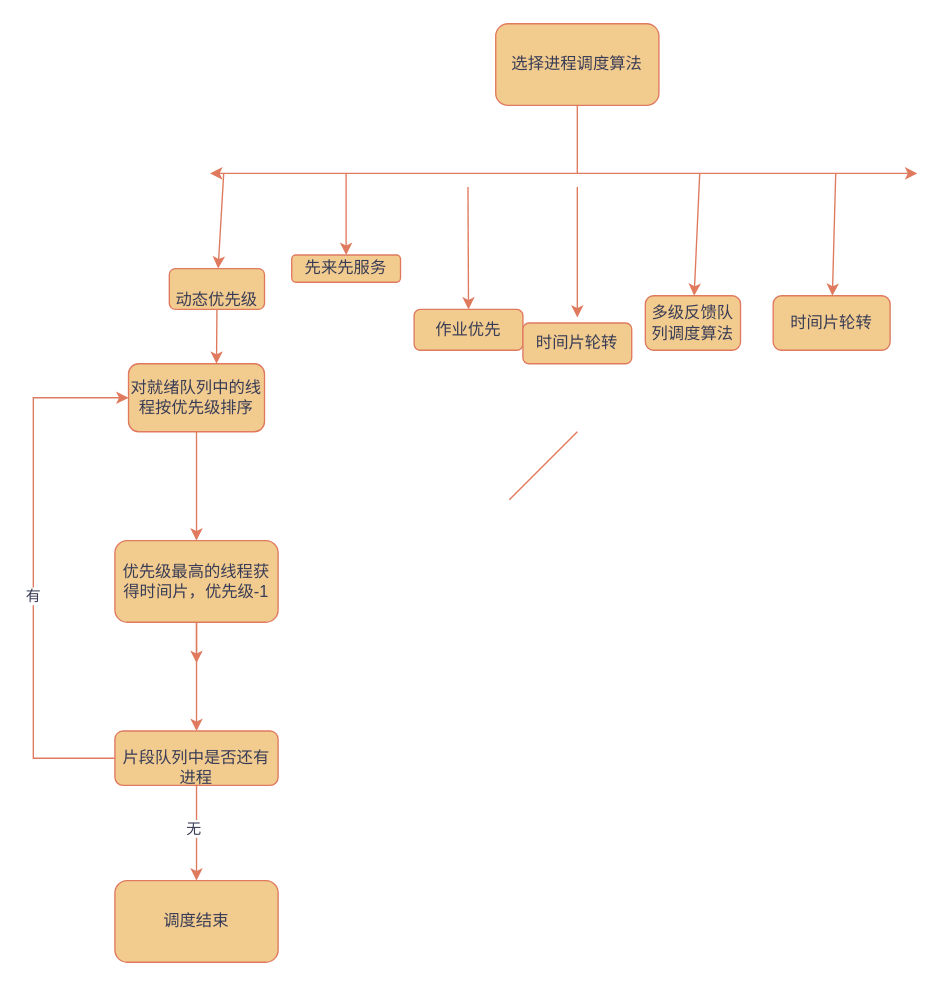
Above: draw.io/未命名绘图.drawio in Nessential/draw.io (draw.io), before the change. Source tidied: cells renumbered, new cells numbered last; positions are measured from the earlier drawing's top-left corner, leaving out a move shared by most shapes. Both pictures are drawn from the tidied source at 136%, with x=0, y=0 at pixel (33, 23).
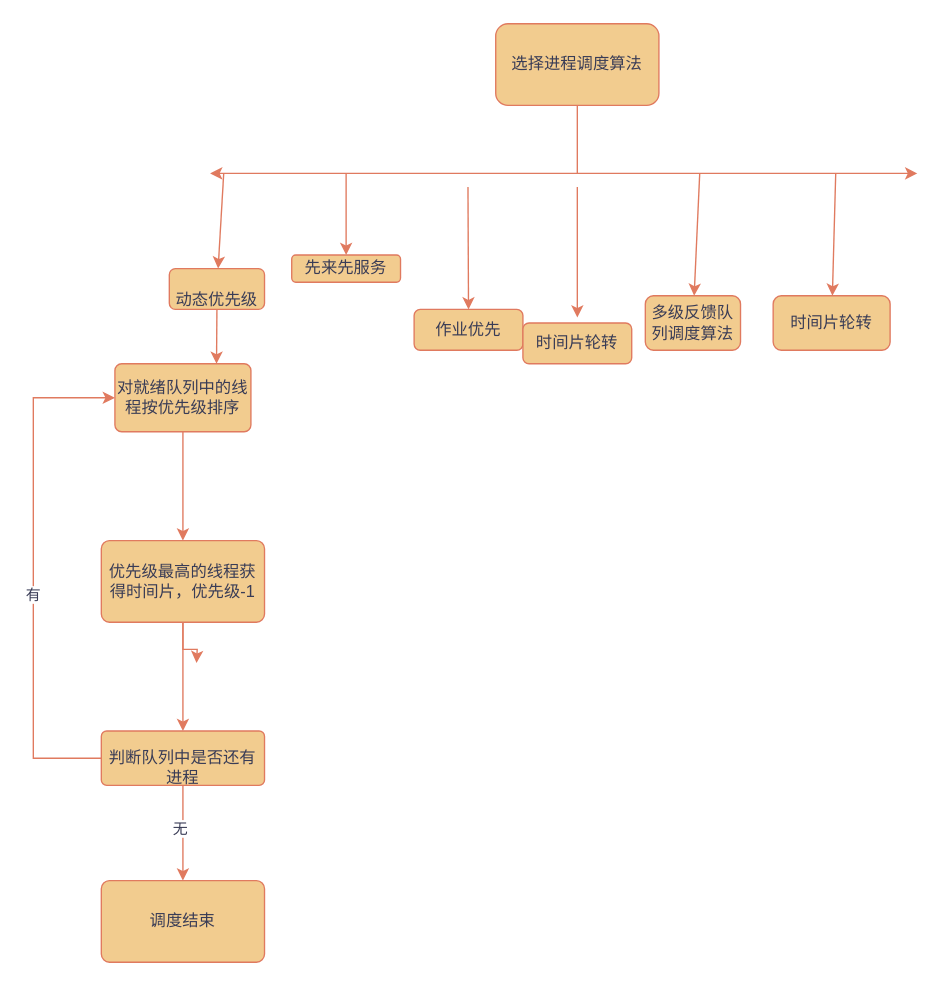
The same diagram, later.

Commit message:
更新未命名绘图.drawio

Change to the diagram source:
```diff
@@
-    <mxCell id="18" style="edgeStyle=orthogonalEdgeStyle;rounded=0;jettySize=auto;html=1;labelBackgroundColor=none;fontColor=default;strokeColor=#E07A5F;" parent="1" edge="1" source="19" target="22">
+    <mxCell id="18" style="edgeStyle=orthogonalEdgeStyle;rounded=0;jettySize=auto;html=1;labelBackgroundColor=none;fontColor=default;strokeColor=#E07A5F;arcSize=10;" parent="1" edge="1" source="19" target="22">
       <mxGeometry relative="1" as="geometry" />
     </mxCell>
-    <mxCell id="19" value="对就绪队列中的线程按优先级排序" style="rounded=1;whiteSpace=wrap;html=1;labelBackgroundColor=none;fillColor=#F2CC8F;strokeColor=#E07A5F;fontColor=#393C56;" parent="1" vertex="1">
-      <mxGeometry x="70" y="250" width="100" height="50" as="geometry" />
+    <mxCell id="19" value="对就绪队列中的线程按优先级排序" style="rounded=1;whiteSpace=wrap;html=1;labelBackgroundColor=none;fillColor=#F2CC8F;strokeColor=#E07A5F;fontColor=#393C56;arcSize=10;" parent="1" vertex="1">
+      <mxGeometry x="60" y="250" width="100" height="50" as="geometry" />
     </mxCell>
-    <mxCell id="20" style="edgeStyle=orthogonalEdgeStyle;rounded=0;jettySize=auto;html=1;labelBackgroundColor=none;fontColor=default;strokeColor=#E07A5F;" parent="1" edge="1" source="22" target="25">
+    <mxCell id="20" style="edgeStyle=orthogonalEdgeStyle;rounded=0;jettySize=auto;html=1;labelBackgroundColor=none;fontColor=default;strokeColor=#E07A5F;arcSize=10;" parent="1" edge="1" source="22" target="25">
       <mxGeometry relative="1" as="geometry" />
     </mxCell>
-    <mxCell id="21" style="edgeStyle=orthogonalEdgeStyle;rounded=0;jettySize=auto;html=1;labelBackgroundColor=none;fontColor=default;strokeColor=#E07A5F;" parent="1" edge="1" source="22">
+    <mxCell id="21" style="edgeStyle=orthogonalEdgeStyle;rounded=0;jettySize=auto;html=1;labelBackgroundColor=none;fontColor=default;strokeColor=#E07A5F;arcSize=10;" parent="1" edge="1" source="22">
       <mxGeometry relative="1" as="geometry">
         <mxPoint x="120" y="470" as="targetPoint" />
       </mxGeometry>
     </mxCell>
-    <mxCell id="22" value="优先级最高的线程获得时间片，优先级-1" style="whiteSpace=wrap;html=1;rounded=1;labelBackgroundColor=none;fillColor=#F2CC8F;strokeColor=#E07A5F;fontColor=#393C56;" parent="1" vertex="1">
-      <mxGeometry x="60" y="380" width="120" height="60" as="geometry" />
+    <mxCell id="22" value="优先级最高的线程获得时间片，优先级-1" style="whiteSpace=wrap;html=1;rounded=1;labelBackgroundColor=none;fillColor=#F2CC8F;strokeColor=#E07A5F;fontColor=#393C56;arcSize=10;" parent="1" vertex="1">
+      <mxGeometry x="50" y="380" width="120" height="60" as="geometry" />
     </mxCell>
-    <mxCell id="23" style="edgeStyle=orthogonalEdgeStyle;rounded=0;jettySize=auto;html=1;strokeColor=#E07A5F;fontColor=#393C56;fillColor=#F2CC8F;" parent="1" edge="1" source="25" target="29">
+    <mxCell id="23" style="edgeStyle=orthogonalEdgeStyle;rounded=0;jettySize=auto;html=1;strokeColor=#E07A5F;fontColor=#393C56;fillColor=#F2CC8F;arcSize=10;" parent="1" edge="1" source="25" target="29">
       <mxGeometry relative="1" as="geometry" />
     </mxCell>
-    <mxCell id="24" value="无" style="edgeLabel;html=1;align=center;verticalAlign=middle;fontColor=#393C56;" parent="23" vertex="1">
+    <mxCell id="24" value="无" style="edgeLabel;html=1;align=center;verticalAlign=middle;fontColor=#393C56;arcSize=10;" parent="23" vertex="1">
       <mxGeometry x="-0.12" y="-3" relative="1" as="geometry" />
     </mxCell>
-    <mxCell id="25" value="&lt;br style=&quot;border-color: var(--border-color);&quot;&gt;片段队列中是否还有进程" style="whiteSpace=wrap;html=1;rounded=1;labelBackgroundColor=none;fillColor=#F2CC8F;strokeColor=#E07A5F;fontColor=#393C56;" parent="1" vertex="1">
-      <mxGeometry x="60" y="520" width="120" height="40" as="geometry" />
+    <mxCell id="25" value="&lt;br style=&quot;border-color: var(--border-color);&quot;&gt;判断队列中是否还有进程" style="whiteSpace=wrap;html=1;rounded=1;labelBackgroundColor=none;fillColor=#F2CC8F;strokeColor=#E07A5F;fontColor=#393C56;arcSize=10;" parent="1" vertex="1">
+      <mxGeometry x="50" y="520" width="120" height="40" as="geometry" />
     </mxCell>
-    <mxCell id="26" style="endArrow=classic;html=1;rounded=0;strokeColor=#E07A5F;fontColor=#393C56;fillColor=#F2CC8F;edgeStyle=orthogonalEdgeStyle;exitX=0;exitY=0.5;exitDx=0;exitDy=0;entryX=0;entryY=0.5;entryDx=0;entryDy=0;" parent="1" edge="1" source="25" target="19">
+    <mxCell id="26" style="endArrow=classic;html=1;rounded=0;strokeColor=#E07A5F;fontColor=#393C56;fillColor=#F2CC8F;edgeStyle=orthogonalEdgeStyle;exitX=0;exitY=0.5;exitDx=0;exitDy=0;entryX=0;entryY=0.5;entryDx=0;entryDy=0;arcSize=10;" parent="1" edge="1" source="25" target="19">
       <mxGeometry relative="1" as="geometry">
         <Array as="points">
           <mxPoint y="540" />
           <mxPoint y="275" />
         </Array>
       </mxGeometry>
     </mxCell>
-    <mxCell id="27" value="有" style="edgeLabel;html=1;align=center;verticalAlign=middle;fontColor=#393C56;" parent="26" vertex="1">
+    <mxCell id="27" value="有" style="edgeLabel;html=1;align=center;verticalAlign=middle;fontColor=#393C56;arcSize=10;" parent="26" vertex="1">
       <mxGeometry x="-0.09" y="1" relative="1" as="geometry" />
     </mxCell>
-    <mxCell id="28" style="endArrow=none;html=1;rounded=0;strokeColor=#E07A5F;fontColor=#393C56;fillColor=#F2CC8F;" parent="1" edge="1">
-      <mxGeometry relative="1" as="geometry">
-        <mxPoint x="350" y="350" as="sourcePoint" />
-        <mxPoint x="400" y="300" as="targetPoint" />
-      </mxGeometry>
-    </mxCell>
-    <mxCell id="29" value="调度结束" style="whiteSpace=wrap;html=1;fillColor=#F2CC8F;strokeColor=#E07A5F;fontColor=#393C56;rounded=1;labelBackgroundColor=none;" parent="1" vertex="1">
-      <mxGeometry x="60" y="630" width="120" height="60" as="geometry" />
+    <mxCell id="29" value="调度结束" style="whiteSpace=wrap;html=1;fillColor=#F2CC8F;strokeColor=#E07A5F;fontColor=#393C56;rounded=1;labelBackgroundColor=none;arcSize=10;" parent="1" vertex="1">
+      <mxGeometry x="50" y="630" width="120" height="60" as="geometry" />
     </mxCell>
```
